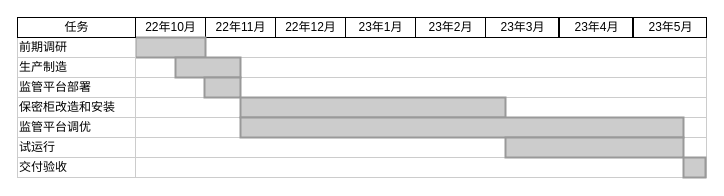
Before: 江苏项目甘特图.drawio in captain188/draw.io, a draw.io diagram. Source tidied: cells renumbered, new cells numbered last; positions are measured from the earlier drawing's top-left corner, leaving out a move shared by most shapes. Both pictures are drawn from the tidied source at 100%, with x=0, y=0 at pixel (17, 17).
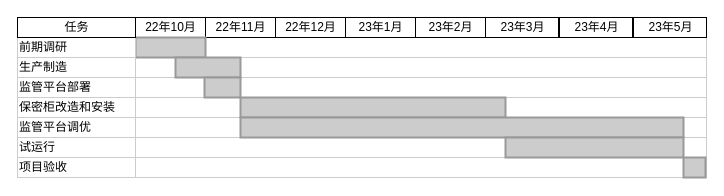
Above is the later version.

Commit message:
更新江苏项目甘特图.drawio

The change refers to these unchanged cells:
```xml
<mxCell id="22" style="group;" parent="1" vertex="1">
  <mxGeometry width="118" height="160" as="geometry" />
</mxCell>
```

Diff of the diagram source:
```diff
@@
-    <mxCell id="30" value="交付验收" style="align=left;strokeColor=#CCCCCC;html=1;" parent="22" vertex="1">
+    <mxCell id="30" value="项目验收" style="align=left;strokeColor=#CCCCCC;html=1;" parent="22" vertex="1">
       <mxGeometry y="140" width="118" height="20" as="geometry" />
     </mxCell>
```
